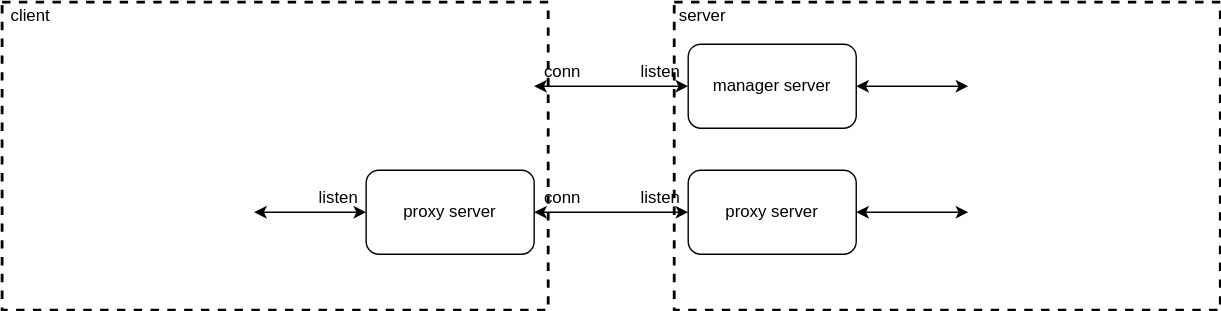
c17abab/diag_pics keeps this draw.io diagram as tc_网络模块.svg. Above is the earlier version. Source tidied: cells renumbered, new cells last; positions are measured from the earlier drawing's top-left corner, leaving out a move shared by most shapes.
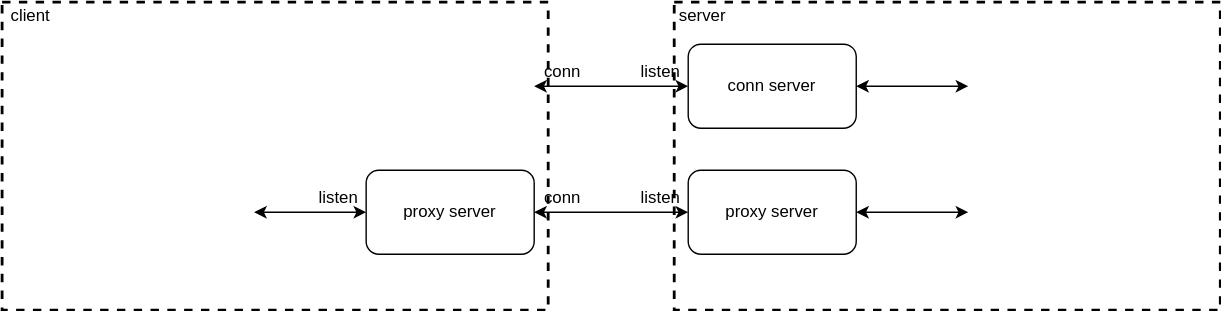
Above is the later version.

Commit message:
更新tc_网络模块.svg

The edit, as a diff of the source:
```diff
@@ -35,7 +35,7 @@
         <mxPoint x="690" y="60" as="targetPoint" />
       </mxGeometry>
     </mxCell>
-    <mxCell id="11" value="manager server" style="rounded=1;whiteSpace=wrap;html=1;" parent="1" vertex="1">
+    <mxCell id="11" value="conn server" style="rounded=1;whiteSpace=wrap;html=1;" parent="1" vertex="1">
       <mxGeometry x="490" y="30" width="120" height="60" as="geometry" />
     </mxCell>
     <mxCell id="12" style="edgeStyle=none;rounded=0;jettySize=auto;html=1;startArrow=classic;startFill=1;" parent="1" edge="1" source="13">
```
